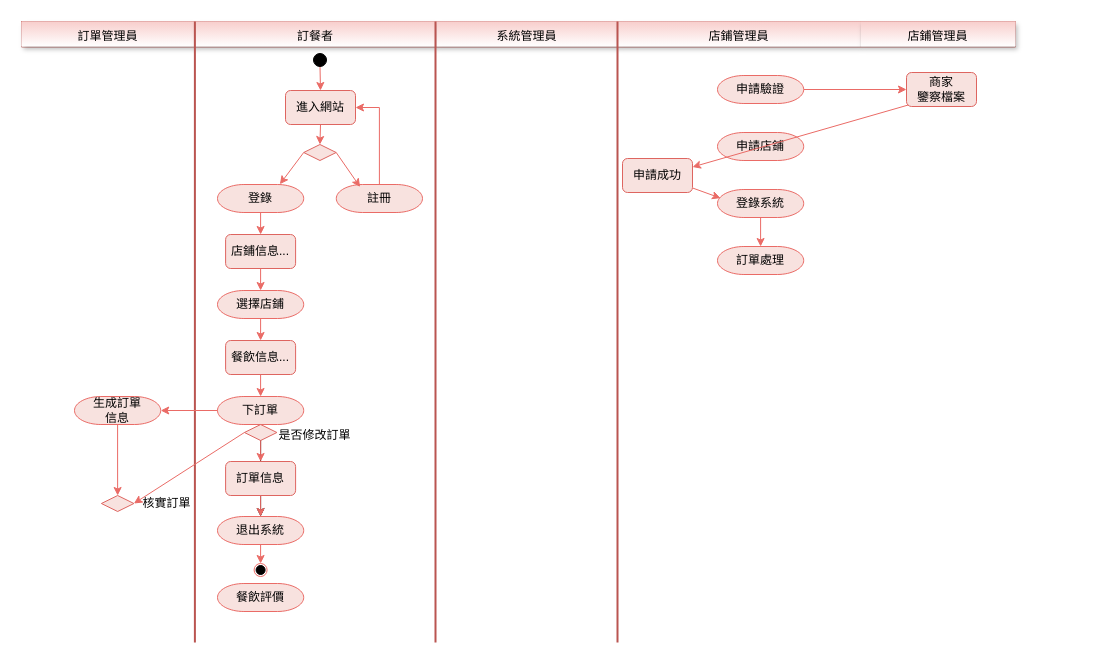
11024117/SE_Final-Paper keeps this draw.io diagram as 5.2系統活動圖.drawio. Above is the earlier version. Source tidied: cells renumbered, new cells numbered last; positions are measured from the earlier drawing's top-left corner, leaving out a move shared by most shapes. Both pictures are drawn from the tidied source at 100%, with x=0, y=0 at pixel (21, 21).
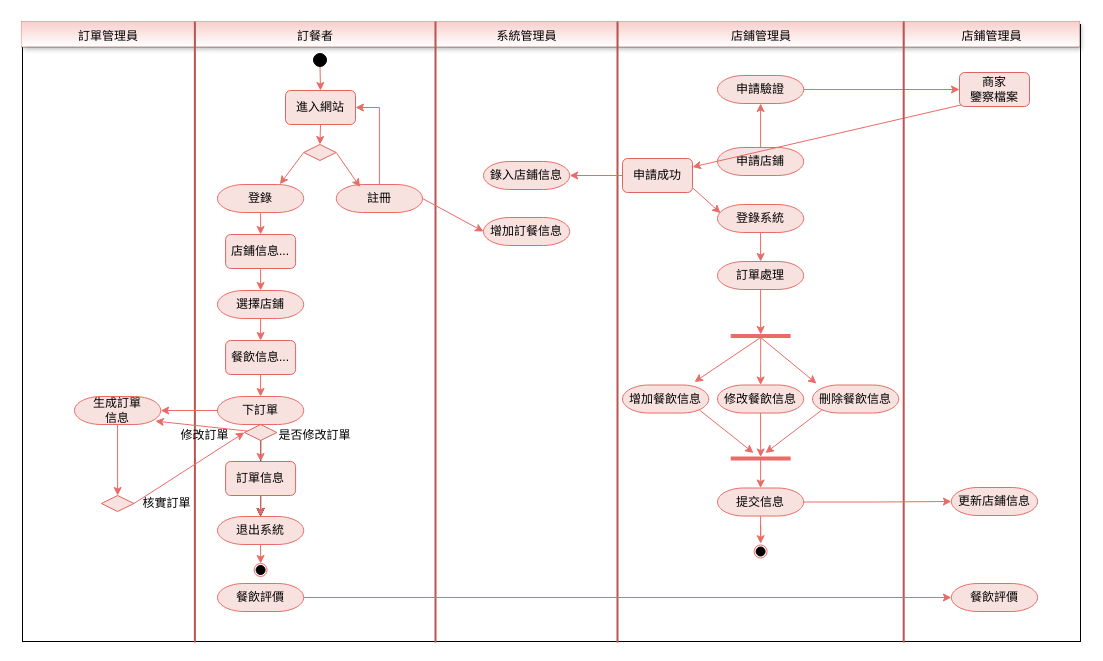
The same diagram, later.

Commit message:
更新5.2系統活動圖.drawio

Unchanged cells that the change refers to:
```xml
<mxCell id="18" value="註冊" style="strokeWidth=1;html=1;shape=mxgraph.flowchart.terminator;whiteSpace=wrap;strokeColor=#EA6B66;fillColor=#F8E2DF;" parent="1" vertex="1">
  <mxGeometry x="314.8" y="163" width="86.2" height="28" as="geometry" />
</mxCell>
<mxCell id="27" value="下訂單" style="strokeWidth=1;html=1;shape=mxgraph.flowchart.terminator;whiteSpace=wrap;strokeColor=#EA6B66;fillColor=#F8E2DF;" parent="1" vertex="1">
  <mxGeometry x="196" y="375" width="86.2" height="28" as="geometry" />
</mxCell>
<mxCell id="31" style="rhombus;whiteSpace=wrap;html=1;fillColor=#F8E2DF;strokeColor=#DE6560;" parent="1" vertex="1">
  <mxGeometry x="222.9" y="403" width="32.5" height="16" as="geometry" />
</mxCell>
<mxCell id="34" value="退出系統" style="strokeWidth=1;html=1;shape=mxgraph.flowchart.terminator;whiteSpace=wrap;strokeColor=#EA6B66;fillColor=#F8E2DF;" parent="1" vertex="1">
  <mxGeometry x="196" y="495" width="86.2" height="28" as="geometry" />
</mxCell>
<mxCell id="38" value="餐飲評價" style="strokeWidth=1;html=1;shape=mxgraph.flowchart.terminator;whiteSpace=wrap;strokeColor=#EA6B66;fillColor=#F8E2DF;" parent="1" vertex="1">
  <mxGeometry x="196" y="562" width="86.2" height="28" as="geometry" />
</mxCell>
<mxCell id="41" value="生成訂單&lt;br&gt;信息" style="strokeWidth=1;html=1;shape=mxgraph.flowchart.terminator;whiteSpace=wrap;strokeColor=#EA6B66;fillColor=#F8E2DF;" parent="1" vertex="1">
  <mxGeometry x="53" y="375" width="86.2" height="28" as="geometry" />
</mxCell>
<mxCell id="43" style="rhombus;whiteSpace=wrap;html=1;fillColor=#F8E2DF;strokeColor=#DE6560;" parent="1" vertex="1">
  <mxGeometry x="79.9" y="474" width="32.5" height="16" as="geometry" />
</mxCell>
<mxCell id="48" value="申請驗證" style="strokeWidth=1;html=1;shape=mxgraph.flowchart.terminator;whiteSpace=wrap;strokeColor=#EA6B66;fillColor=#F8E2DF;" parent="1" vertex="1">
  <mxGeometry x="696" y="54" width="86.2" height="28" as="geometry" />
</mxCell>
<mxCell id="53" value="申請成功" style="rounded=1;whiteSpace=wrap;html=1;fillColor=#F8E2DF;strokeColor=#DE6560;" parent="1" vertex="1">
  <mxGeometry x="601" y="137" width="70" height="34" as="geometry" />
</mxCell>
```

What changed in the source:
```diff
@@
+    <mxCell id="57" style="rounded=0;whiteSpace=wrap;html=1;" parent="1" vertex="1">
+      <mxGeometry x="1" y="3" width="1058" height="617" as="geometry" />
+    </mxCell>
     <mxCell id="2" style="shape=table;startSize=0;childLayout=tableLayout;fontSize=16;fillColor=#f8cecc;strokeColor=#b85450;gradientColor=#FFFFFF;" parent="1" vertex="1">
-      <mxGeometry width="994" height="25.4" as="geometry" />
+      <mxGeometry width="1058" height="25.4" as="geometry" />
     </mxCell>
     <mxCell id="3" style="shape=tableRow;horizontal=0;startSize=0;swimlaneHead=0;swimlaneBody=0;strokeColor=#b85450;top=0;left=0;bottom=0;right=0;fillColor=#f8cecc;fontSize=16;gradientColor=#FFFFFF;" parent="2" vertex="1">
-      <mxGeometry width="994" height="25" as="geometry" />
+      <mxGeometry width="1058" height="25" as="geometry" />
     </mxCell>
     <mxCell id="4" value="&lt;font style=&quot;font-size: 12px;&quot;&gt;訂單管理員&lt;/font&gt;" style="shape=partialRectangle;html=1;whiteSpace=wrap;strokeColor=#b85450;overflow=hidden;fillColor=#f8cecc;top=0;left=0;bottom=0;right=0;fontSize=16;gradientColor=#FFFFFF;shadow=1;" parent="3" vertex="1">
-      <mxGeometry width="173" height="25" as="geometry" />
+      <mxGeometry width="174" height="25" as="geometry" />
     </mxCell>
     <mxCell id="5" value="&lt;font style=&quot;font-size: 12px;&quot;&gt;訂餐者&lt;/font&gt;" style="shape=partialRectangle;html=1;whiteSpace=wrap;strokeColor=#b85450;overflow=hidden;fillColor=#f8cecc;top=0;left=0;bottom=0;right=0;fontSize=16;gradientColor=#FFFFFF;shadow=1;" parent="3" vertex="1">
-      <mxGeometry x="173" width="242" height="25" as="geometry" />
+      <mxGeometry x="174" width="240" height="25" as="geometry" />
     </mxCell>
     <mxCell id="6" value="&lt;font style=&quot;font-size: 12px;&quot;&gt;系統管理員&lt;/font&gt;" style="shape=partialRectangle;html=1;whiteSpace=wrap;strokeColor=#b85450;overflow=hidden;fillColor=#f8cecc;top=0;left=0;bottom=0;right=0;fontSize=16;gradientColor=#FFFFFF;shadow=1;" parent="3" vertex="1">
-      <mxGeometry x="415" width="181" height="25" as="geometry" />
+      <mxGeometry x="414" width="183" height="25" as="geometry" />
     </mxCell>
     <mxCell id="7" value="&lt;font style=&quot;font-size: 12px;&quot;&gt;店鋪管理員&lt;/font&gt;" style="shape=partialRectangle;html=1;whiteSpace=wrap;strokeColor=#b85450;overflow=hidden;fillColor=#f8cecc;top=0;left=0;bottom=0;right=0;fontSize=16;gradientColor=#FFFFFF;shadow=1;" parent="3" vertex="1">
-      <mxGeometry x="596" width="243" height="25" as="geometry" />
+      <mxGeometry x="597" width="286" height="25" as="geometry" />
     </mxCell>
     <mxCell id="8" value="&lt;font style=&quot;font-size: 12px;&quot;&gt;店鋪管理員&lt;/font&gt;" style="shape=partialRectangle;html=1;whiteSpace=wrap;strokeColor=#b85450;overflow=hidden;fillColor=#f8cecc;top=0;left=0;bottom=0;right=0;fontSize=16;gradientColor=#FFFFFF;shadow=1;" parent="3" vertex="1">
-      <mxGeometry x="839" width="155" height="25" as="geometry" />
+      <mxGeometry x="883" width="175" height="25" as="geometry" />
     </mxCell>
@@
+    <mxCell id="58" style="edgeStyle=orthogonalEdgeStyle;rounded=0;jettySize=auto;html=1;" parent="1" edge="1" source="27" target="34">
+      <mxGeometry relative="1" as="geometry" />
+    </mxCell>
@@
-    <mxCell id="30" style="rounded=0;jettySize=auto;html=1;exitX=0;exitY=0.5;exitDx=0;exitDy=0;entryX=1;entryY=0.5;entryDx=0;entryDy=0;strokeColor=#EA6B66;" parent="1" edge="1" source="31" target="43">
+    <mxCell id="30" style="rounded=0;jettySize=auto;html=1;exitX=0;exitY=0.5;exitDx=0;exitDy=0;entryX=1;entryY=0.5;entryDx=0;entryDy=0;strokeColor=#EA6B66;startArrow=classic;startFill=1;endArrow=none;endFill=0;" parent="1" edge="1" source="31" target="43">
       <mxGeometry relative="1" as="geometry" />
     </mxCell>
@@
     <mxCell id="49" value="申請店鋪" style="strokeWidth=1;html=1;shape=mxgraph.flowchart.terminator;whiteSpace=wrap;strokeColor=#EA6B66;fillColor=#F8E2DF;" parent="1" vertex="1">
-      <mxGeometry x="696" y="111" width="86.2" height="28" as="geometry" />
+      <mxGeometry x="696" y="126" width="86.2" height="28" as="geometry" />
     </mxCell>
     <mxCell id="50" value="登錄系統" style="strokeWidth=1;html=1;shape=mxgraph.flowchart.terminator;whiteSpace=wrap;strokeColor=#EA6B66;fillColor=#F8E2DF;" parent="1" vertex="1">
-      <mxGeometry x="696" y="168" width="86.2" height="28" as="geometry" />
+      <mxGeometry x="696" y="183" width="86.2" height="28" as="geometry" />
     </mxCell>
+    <mxCell id="59" style="edgeStyle=orthogonalEdgeStyle;rounded=0;jettySize=auto;html=1;strokeColor=#EA6B66;" parent="1" edge="1" source="51" target="65">
+      <mxGeometry relative="1" as="geometry" />
+    </mxCell>
     <mxCell id="51" value="訂單處理" style="strokeWidth=1;html=1;shape=mxgraph.flowchart.terminator;whiteSpace=wrap;strokeColor=#EA6B66;fillColor=#F8E2DF;" parent="1" vertex="1">
-      <mxGeometry x="696" y="225" width="86.2" height="28" as="geometry" />
+      <mxGeometry x="696" y="240" width="86.2" height="28" as="geometry" />
     </mxCell>
@@
+    <mxCell id="60" style="edgeStyle=orthogonalEdgeStyle;rounded=0;jettySize=auto;html=1;strokeColor=#EA6B66;" parent="1" edge="1" source="53" target="61">
+      <mxGeometry relative="1" as="geometry" />
+    </mxCell>
@@
     <mxCell id="56" value="商家&lt;br&gt;鑒察檔案" style="rounded=1;whiteSpace=wrap;html=1;fillColor=#F8E2DF;strokeColor=#DE6560;" parent="1" vertex="1">
-      <mxGeometry x="885" y="51" width="70" height="34" as="geometry" />
+      <mxGeometry x="938" y="51" width="70" height="34" as="geometry" />
     </mxCell>
+    <mxCell id="61" value="錄入店鋪信息" style="strokeWidth=1;html=1;shape=mxgraph.flowchart.terminator;whiteSpace=wrap;strokeColor=#EA6B66;fillColor=#F8E2DF;" parent="1" vertex="1">
+      <mxGeometry x="462" y="140" width="86.2" height="28" as="geometry" />
+    </mxCell>
+    <mxCell id="62" value="增加訂餐信息" style="strokeWidth=1;html=1;shape=mxgraph.flowchart.terminator;whiteSpace=wrap;strokeColor=#EA6B66;fillColor=#F8E2DF;" parent="1" vertex="1">
+      <mxGeometry x="462" y="196" width="86.2" height="28" as="geometry" />
+    </mxCell>
+    <mxCell id="63" style="rounded=0;jettySize=auto;html=1;exitX=1;exitY=0.5;exitDx=0;exitDy=0;exitPerimeter=0;entryX=0;entryY=0.5;entryDx=0;entryDy=0;entryPerimeter=0;strokeColor=#EA6B66;" parent="1" edge="1" source="18" target="62">
+      <mxGeometry relative="1" as="geometry" />
+    </mxCell>
+    <mxCell id="64" style="edgeStyle=orthogonalEdgeStyle;rounded=0;jettySize=auto;html=1;strokeColor=#EA6B66;" parent="1" edge="1" source="65" target="67">
+      <mxGeometry relative="1" as="geometry" />
+    </mxCell>
+    <mxCell id="65" style="whiteSpace=wrap;html=1;fillColor=#EA6B66;strokeColor=#EA6B66;strokeWidth=1;" parent="1" vertex="1">
+      <mxGeometry x="709.7" y="313" width="58.9" height="3" as="geometry" />
+    </mxCell>
+    <mxCell id="66" style="edgeStyle=orthogonalEdgeStyle;rounded=0;jettySize=auto;html=1;exitX=0.5;exitY=1;exitDx=0;exitDy=0;exitPerimeter=0;entryX=0.5;entryY=0;entryDx=0;entryDy=0;strokeColor=#EA6B66;" parent="1" edge="1" source="67" target="68">
+      <mxGeometry relative="1" as="geometry" />
+    </mxCell>
+    <mxCell id="67" value="修改餐飲信息" style="strokeWidth=1;html=1;shape=mxgraph.flowchart.terminator;whiteSpace=wrap;strokeColor=#EA6B66;fillColor=#F8E2DF;" parent="1" vertex="1">
+      <mxGeometry x="696" y="363.5" width="86.2" height="28" as="geometry" />
+    </mxCell>
+    <mxCell id="68" style="whiteSpace=wrap;html=1;fillColor=#EA6B66;strokeColor=#EA6B66;strokeWidth=1;" parent="1" vertex="1">
+      <mxGeometry x="709.7" y="435.5" width="58.9" height="3" as="geometry" />
+    </mxCell>
+    <mxCell id="69" style="rounded=0;orthogonalLoop=1;jettySize=auto;html=1;exitX=0.89;exitY=0.89;exitDx=0;exitDy=0;exitPerimeter=0;strokeColor=#EA6B66;" parent="1" edge="1">
+      <mxGeometry relative="1" as="geometry">
+        <mxPoint x="677.8" y="388.4" as="sourcePoint" />
+        <mxPoint x="732" y="431.5" as="targetPoint" />
+      </mxGeometry>
+    </mxCell>
+    <mxCell id="70" value="增加餐飲信息" style="strokeWidth=1;html=1;shape=mxgraph.flowchart.terminator;whiteSpace=wrap;strokeColor=#EA6B66;fillColor=#F8E2DF;" parent="1" vertex="1">
+      <mxGeometry x="601" y="363.5" width="86.2" height="28" as="geometry" />
+    </mxCell>
+    <mxCell id="71" style="rounded=0;jettySize=auto;html=1;exitX=0.5;exitY=1;exitDx=0;exitDy=0;strokeColor=#EA6B66;" parent="1" edge="1" source="65">
+      <mxGeometry relative="1" as="geometry">
+        <mxPoint x="673" y="360.5" as="targetPoint" />
+      </mxGeometry>
+    </mxCell>
+    <mxCell id="72" style="rounded=0;orthogonalLoop=1;jettySize=auto;html=1;exitX=0.11;exitY=0.89;exitDx=0;exitDy=0;exitPerimeter=0;strokeColor=#EA6B66;" parent="1" edge="1">
+      <mxGeometry relative="1" as="geometry">
+        <mxPoint x="800.5" y="388.4" as="sourcePoint" />
+        <mxPoint x="744" y="431.5" as="targetPoint" />
+      </mxGeometry>
+    </mxCell>
+    <mxCell id="73" value="刪除餐飲信息" style="strokeWidth=1;html=1;shape=mxgraph.flowchart.terminator;whiteSpace=wrap;strokeColor=#EA6B66;fillColor=#F8E2DF;" parent="1" vertex="1">
+      <mxGeometry x="791" y="363.5" width="86.2" height="28" as="geometry" />
+    </mxCell>
+    <mxCell id="74" style="rounded=0;jettySize=auto;html=1;exitX=0.5;exitY=1;exitDx=0;exitDy=0;strokeColor=#EA6B66;" parent="1" edge="1" source="65">
+      <mxGeometry relative="1" as="geometry">
+        <mxPoint x="795" y="362" as="targetPoint" />
+      </mxGeometry>
+    </mxCell>
+    <mxCell id="75" style="edgeStyle=orthogonalEdgeStyle;rounded=0;jettySize=auto;html=1;strokeColor=#EA6B66;entryX=0.501;entryY=-0.101;entryDx=0;entryDy=0;entryPerimeter=0;" parent="1" edge="1" source="76" target="78">
+      <mxGeometry relative="1" as="geometry" />
+    </mxCell>
+    <mxCell id="76" value="提交信息" style="strokeWidth=1;html=1;shape=mxgraph.flowchart.terminator;whiteSpace=wrap;strokeColor=#EA6B66;fillColor=#F8E2DF;" parent="1" vertex="1">
+      <mxGeometry x="696" y="466.5" width="86.2" height="28" as="geometry" />
+    </mxCell>
+    <mxCell id="77" style="edgeStyle=orthogonalEdgeStyle;rounded=0;jettySize=auto;html=1;exitX=0.5;exitY=1;exitDx=0;exitDy=0;entryX=0.5;entryY=0;entryDx=0;entryDy=0;entryPerimeter=0;strokeColor=#EA6B66;" parent="1" edge="1" source="68" target="76">
+      <mxGeometry relative="1" as="geometry" />
+    </mxCell>
+    <mxCell id="78" style="ellipse;shape=doubleEllipse;whiteSpace=wrap;html=1;fillColor=default;shadow=0;strokeColor=#EA6B66;" parent="1" vertex="1">
+      <mxGeometry x="732.6" y="523.5" width="13" height="13" as="geometry" />
+    </mxCell>
+    <mxCell id="79" style="ellipse;shape=doubleEllipse;whiteSpace=wrap;html=1;fillColor=#000000;shadow=0;" parent="1" vertex="1">
+      <mxGeometry x="734.6" y="525.5" width="9" height="9" as="geometry" />
+    </mxCell>
+    <mxCell id="80" style="line;strokeWidth=2;direction=south;html=1;strokeColor=#BA5551;" parent="1" vertex="1">
+      <mxGeometry x="877.2" width="10" height="621" as="geometry" />
+    </mxCell>
+    <mxCell id="81" style="edgeStyle=orthogonalEdgeStyle;rounded=0;jettySize=auto;html=1;exitX=0.5;exitY=0;exitDx=0;exitDy=0;exitPerimeter=0;entryX=0.5;entryY=1;entryDx=0;entryDy=0;entryPerimeter=0;strokeColor=#EA6B66;" parent="1" edge="1" source="49" target="48">
+      <mxGeometry relative="1" as="geometry" />
+    </mxCell>
+    <mxCell id="82" value="更新店鋪信息" style="strokeWidth=1;html=1;shape=mxgraph.flowchart.terminator;whiteSpace=wrap;strokeColor=#EA6B66;fillColor=#F8E2DF;" parent="1" vertex="1">
+      <mxGeometry x="929.9" y="466" width="86.2" height="28" as="geometry" />
+    </mxCell>
+    <mxCell id="83" value="餐飲評價" style="strokeWidth=1;html=1;shape=mxgraph.flowchart.terminator;whiteSpace=wrap;strokeColor=#EA6B66;fillColor=#F8E2DF;" parent="1" vertex="1">
+      <mxGeometry x="929.9" y="562" width="86.2" height="28" as="geometry" />
+    </mxCell>
+    <mxCell id="84" style="edgeStyle=orthogonalEdgeStyle;rounded=0;jettySize=auto;html=1;entryX=0;entryY=0.5;entryDx=0;entryDy=0;entryPerimeter=0;strokeColor=#EA6B66;" parent="1" edge="1" source="38" target="83">
+      <mxGeometry relative="1" as="geometry" />
+    </mxCell>
+    <mxCell id="85" style="edgeStyle=orthogonalEdgeStyle;rounded=0;jettySize=auto;html=1;exitX=1;exitY=0.5;exitDx=0;exitDy=0;exitPerimeter=0;entryX=0;entryY=0.5;entryDx=0;entryDy=0;entryPerimeter=0;strokeColor=#EA6B66;" parent="1" edge="1" source="76" target="82">
+      <mxGeometry relative="1" as="geometry" />
+    </mxCell>
+    <mxCell id="86" value="修改訂單" style="text;html=1;align=center;verticalAlign=middle;strokeColor=none;fillColor=none;" parent="1" vertex="1">
+      <mxGeometry x="150" y="401" width="66" height="26" as="geometry" />
+    </mxCell>
+    <mxCell id="87" style="rounded=0;jettySize=auto;html=1;entryX=0.938;entryY=0.878;entryDx=0;entryDy=0;entryPerimeter=0;strokeColor=#EA6B66;" parent="1" edge="1" source="31" target="41">
+      <mxGeometry relative="1" as="geometry" />
+    </mxCell>
```
